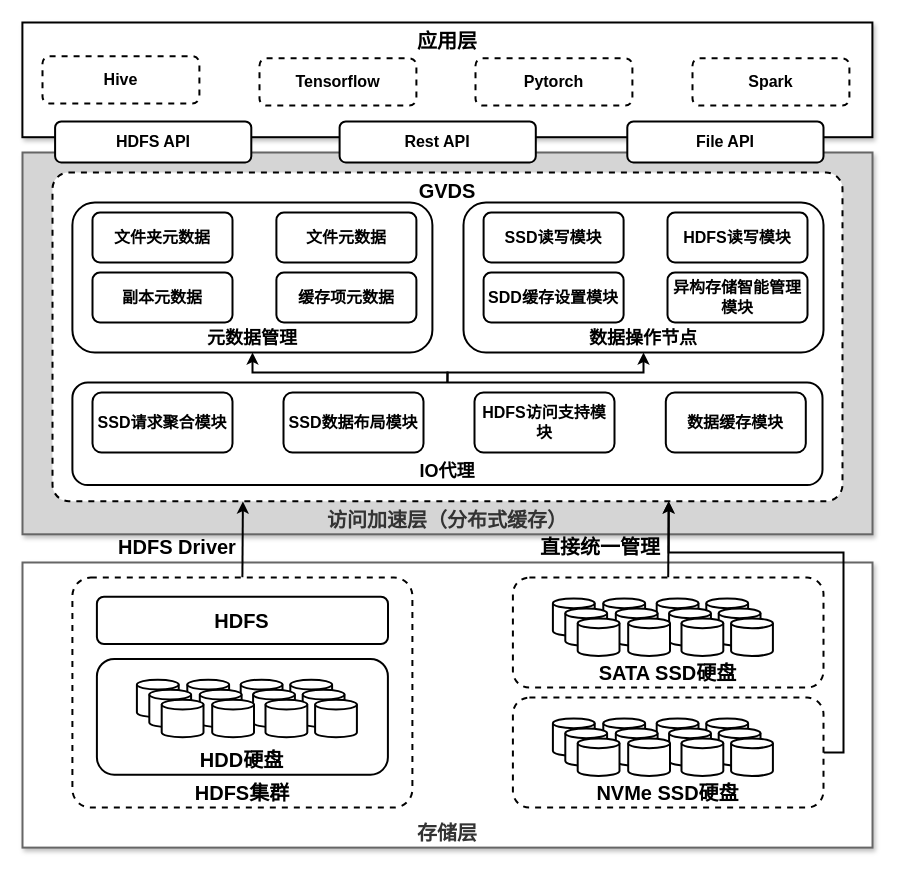
Earlier version of the draw.io diagram page "第 1 页" (1 of 2) of UML/分布式缓存.drawio (wangjq4214/draw.io). Source tidied: cells renumbered, new cells numbered last; positions are measured from the earlier drawing's top-left corner, leaving out a move shared by most shapes. Both pictures are drawn from the tidied source at 100%, with x=0, y=0 at pixel (22, 22).
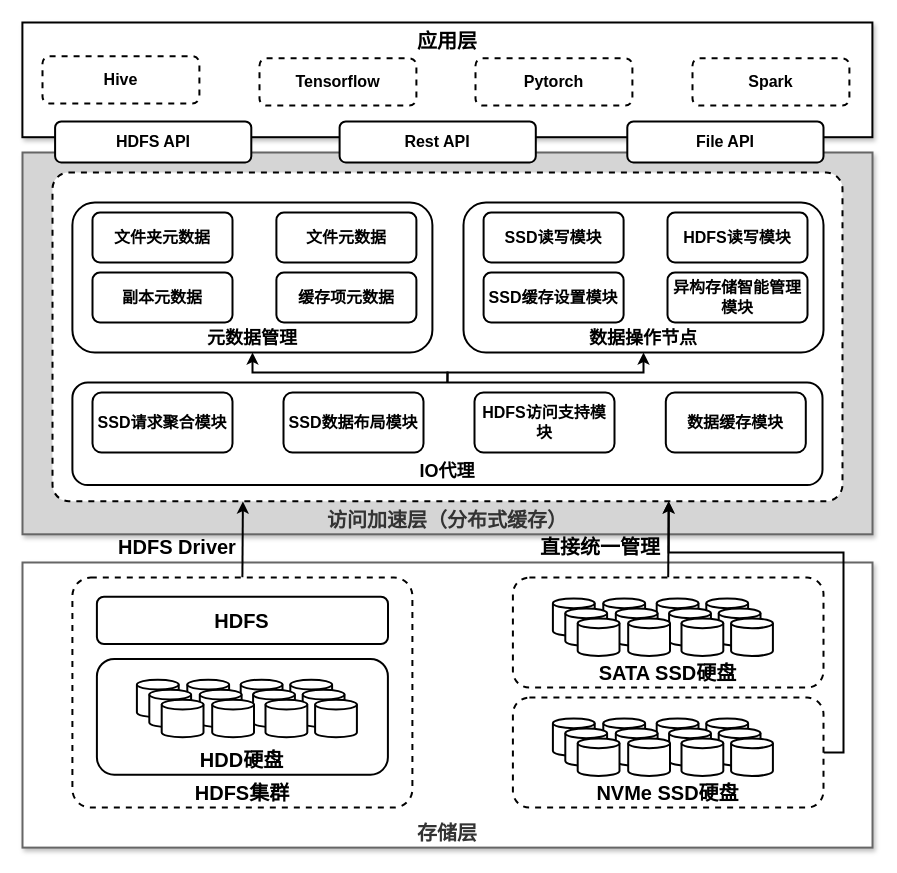
After the change.

Commit message:
更新分布式缓存.drawio

Change to the diagram source:
```diff
@@
-    <mxCell id="10" value="GVDS" style="rounded=1;whiteSpace=wrap;html=1;verticalAlign=top;arcSize=5;fontSize=20;fontStyle=1;strokeWidth=2;dashed=1;" parent="1" vertex="1">
+    <mxCell id="10" style="rounded=1;whiteSpace=wrap;html=1;verticalAlign=top;arcSize=5;fontSize=20;fontStyle=1;strokeWidth=2;dashed=1;" parent="1" vertex="1">
       <mxGeometry x="30" y="150" width="790" height="328.7" as="geometry" />
     </mxCell>
@@
-    <mxCell id="77" value="SDD缓存设置模块" style="rounded=1;whiteSpace=wrap;html=1;fontSize=16;strokeWidth=2;fontStyle=1;" parent="1" vertex="1">
+    <mxCell id="77" value="SSD缓存设置模块" style="rounded=1;whiteSpace=wrap;html=1;fontSize=16;strokeWidth=2;fontStyle=1;" parent="1" vertex="1">
       <mxGeometry x="461.1" y="250" width="140" height="50" as="geometry" />
     </mxCell>
```
